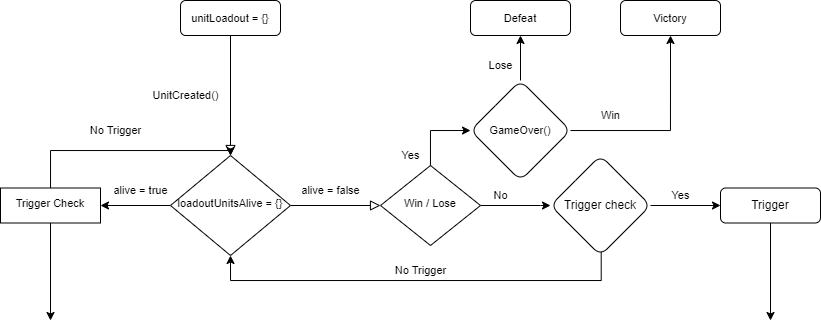
Ezahiel/Diagrams keeps this draw.io diagram as API Architecture.drawio.png. Above is the earlier version. Source tidied: cells renumbered, new cells last; positions are measured from the earlier drawing's top-left corner, leaving out a move shared by most shapes.
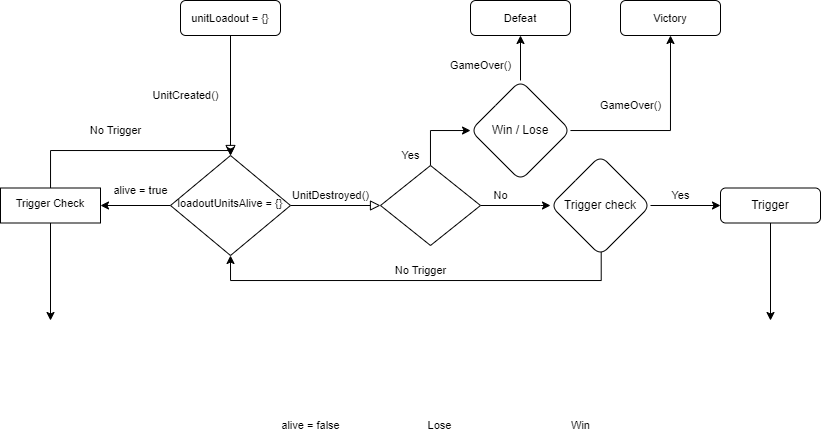
After the commit.

Change to the diagram source:
```diff
@@ -43,7 +43,7 @@
     <mxCell id="11" style="edgeStyle=orthogonalEdgeStyle;rounded=0;jettySize=auto;html=1;entryX=0.5;entryY=1;entryDx=0;entryDy=0;entryPerimeter=0;" parent="1" edge="1" source="12" target="17">
       <mxGeometry relative="1" as="geometry" />
     </mxCell>
-    <mxCell id="12" value="&lt;font style=&quot;font-size: 11px;&quot;&gt;GameOver()&lt;/font&gt;" style="rhombus;whiteSpace=wrap;html=1;rounded=1;glass=0;strokeWidth=1;shadow=0;fontFamily=Helvetica;fontSize=12;" parent="1" vertex="1">
+    <mxCell id="12" value="Win / Lose" style="rhombus;whiteSpace=wrap;html=1;rounded=1;glass=0;strokeWidth=1;shadow=0;fontFamily=Helvetica;fontSize=12;" parent="1" vertex="1">
       <mxGeometry x="470" y="80" width="100" height="100" as="geometry" />
     </mxCell>
     <mxCell id="13" style="edgeStyle=orthogonalEdgeStyle;rounded=0;jettySize=auto;html=1;fontSize=11;exitX=0.507;exitY=0.954;exitDx=0;exitDy=0;exitPerimeter=0;entryX=0.5;entryY=1;entryDx=0;entryDy=0;" parent="1" edge="1" source="15" target="6">
@@ -70,10 +70,10 @@
       <mxGeometry x="390" y="140" width="40" height="30" as="geometry" />
     </mxCell>
     <mxCell id="19" value="&lt;font style=&quot;font-size: 11px;&quot;&gt;Lose&lt;/font&gt;" style="text;html=1;align=center;verticalAlign=middle;strokeColor=none;fillColor=none;fontSize=9;" parent="1" vertex="1">
-      <mxGeometry x="475" y="50" width="50" height="30" as="geometry" />
+      <mxGeometry x="414" y="410" width="50" height="30" as="geometry" />
     </mxCell>
     <mxCell id="20" value="&lt;font style=&quot;font-size: 11px;&quot;&gt;Win&lt;/font&gt;" style="text;html=1;align=center;verticalAlign=middle;strokeColor=none;fillColor=none;fontSize=9;" parent="1" vertex="1">
-      <mxGeometry x="590" y="100" width="40" height="30" as="geometry" />
+      <mxGeometry x="560" y="410" width="40" height="30" as="geometry" />
     </mxCell>
     <mxCell id="21" style="edgeStyle=orthogonalEdgeStyle;rounded=0;jettySize=auto;html=1;fontFamily=Helvetica;fontSize=12;endArrow=none;" parent="1" edge="1" target="22">
       <mxGeometry relative="1" as="geometry">
@@ -83,7 +83,7 @@
         </Array>
       </mxGeometry>
     </mxCell>
-    <mxCell id="22" value="&lt;font style=&quot;font-size: 11px;&quot;&gt;Win / Lose&lt;/font&gt;" style="rhombus;whiteSpace=wrap;html=1;shadow=0;fontFamily=Helvetica;fontSize=12;align=center;strokeWidth=1;spacing=6;spacingTop=-4;" parent="1" vertex="1">
+    <mxCell id="22" style="rhombus;whiteSpace=wrap;html=1;shadow=0;fontFamily=Helvetica;fontSize=12;align=center;strokeWidth=1;spacing=6;spacingTop=-4;" parent="1" vertex="1">
       <mxGeometry x="380" y="165" width="100" height="80" as="geometry" />
     </mxCell>
     <mxCell id="23" value="No" style="text;html=1;align=center;verticalAlign=middle;strokeColor=none;fillColor=none;fontSize=11;" parent="1" vertex="1">
@@ -106,7 +106,7 @@
       <mxGeometry y="187.5" width="100" height="35" as="geometry" />
     </mxCell>
     <mxCell id="27" value="alive = false" style="text;html=1;align=center;verticalAlign=middle;strokeColor=none;fillColor=none;fontSize=11;" parent="1" vertex="1">
-      <mxGeometry x="290" y="175" width="80" height="30" as="geometry" />
+      <mxGeometry x="270" y="410" width="80" height="30" as="geometry" />
     </mxCell>
     <mxCell id="28" value="No Trigger" style="text;html=1;align=center;verticalAlign=middle;strokeColor=none;fillColor=none;fontSize=11;" parent="1" vertex="1">
       <mxGeometry x="385" y="255" width="70" height="30" as="geometry" />
@@ -125,5 +125,14 @@
     <mxCell id="32" value="No Trigger" style="text;html=1;align=center;verticalAlign=middle;strokeColor=none;fillColor=none;fontSize=11;" parent="1" vertex="1">
       <mxGeometry x="80" y="115" width="70" height="30" as="geometry" />
     </mxCell>
+    <mxCell id="33" value="UnitDestroyed()" style="text;html=1;align=center;verticalAlign=middle;strokeColor=none;fillColor=none;fontSize=11;" parent="1" vertex="1">
+      <mxGeometry x="280" y="180" width="100" height="30" as="geometry" />
+    </mxCell>
+    <mxCell id="34" value="GameOver()" style="text;html=1;align=center;verticalAlign=middle;strokeColor=none;fillColor=none;fontSize=11;" parent="1" vertex="1">
+      <mxGeometry x="440" y="50" width="80" height="30" as="geometry" />
+    </mxCell>
+    <mxCell id="35" value="GameOver()" style="text;html=1;align=center;verticalAlign=middle;strokeColor=none;fillColor=none;fontSize=11;" parent="1" vertex="1">
+      <mxGeometry x="590" y="90" width="80" height="30" as="geometry" />
+    </mxCell>
   </root>
 </mxGraphModel>
```
